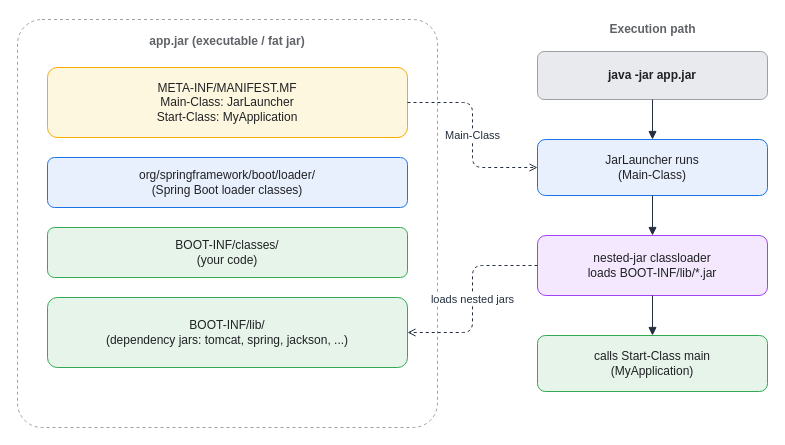
KKamJi98/kkamji98.github.io keeps this draw.io diagram as assets/img/spring/spring-08-fatjar-layout.drawio. Above is the earlier version. Source tidied: cells renumbered, new cells numbered last; positions are measured from the earlier drawing's top-left corner, leaving out a move shared by most shapes. Both pictures are drawn from the tidied source at 100%, with x=0, y=0 at pixel (17, 17).
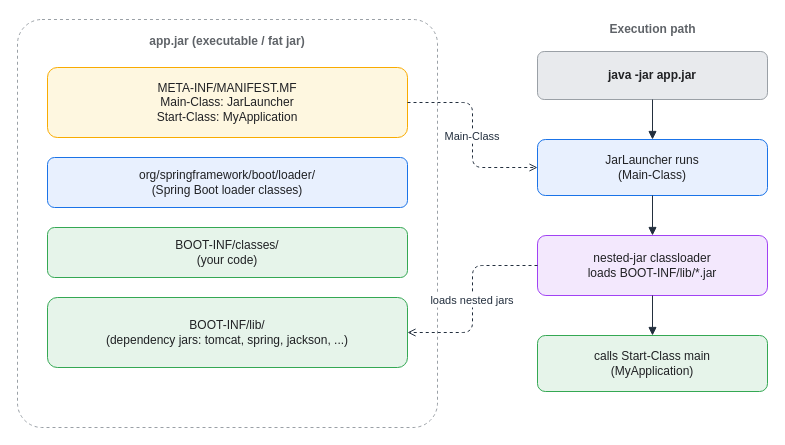
After the change.

What changed in the source:
```diff
@@
 <mxGraphModel background="#FFFFFF">
   <root>
     <mxCell id="0" />
     <mxCell id="1" parent="0" />
     <mxCell id="2" value="app.jar (executable / fat jar)" style="rounded=1;whiteSpace=wrap;html=1;arcSize=6;shadow=0;fillColor=#FFFFFF;strokeColor=#9AA0A6;fontColor=#5F6368;fontStyle=1;verticalAlign=top;align=center;dashed=1;spacingTop=8;" parent="1" vertex="1">
       <mxGeometry y="2" width="420" height="408" as="geometry" />
     </mxCell>
     <mxCell id="3" value="META-INF/MANIFEST.MF&#10;Main-Class: JarLauncher&#10;Start-Class: MyApplication" style="rounded=1;whiteSpace=wrap;html=1;arcSize=14;shadow=0;fillColor=#FEF7E0;strokeColor=#F9AB00;fontColor=#202124;" parent="1" vertex="1">
       <mxGeometry x="30" y="50" width="360" height="70" as="geometry" />
     </mxCell>
     <mxCell id="4" value="org/springframework/boot/loader/&#10;(Spring Boot loader classes)" style="rounded=1;whiteSpace=wrap;html=1;arcSize=14;shadow=0;fillColor=#E8F0FE;strokeColor=#1A73E8;fontColor=#202124;" parent="1" vertex="1">
       <mxGeometry x="30" y="140" width="360" height="50" as="geometry" />
     </mxCell>
     <mxCell id="5" value="BOOT-INF/classes/&#10;(your code)" style="rounded=1;whiteSpace=wrap;html=1;arcSize=14;shadow=0;fillColor=#E6F4EA;strokeColor=#34A853;fontColor=#202124;" parent="1" vertex="1">
       <mxGeometry x="30" y="210" width="360" height="50" as="geometry" />
     </mxCell>
     <mxCell id="6" value="BOOT-INF/lib/&#10;(dependency jars: tomcat, spring, jackson, ...)" style="rounded=1;whiteSpace=wrap;html=1;arcSize=14;shadow=0;fillColor=#E6F4EA;strokeColor=#34A853;fontColor=#202124;" parent="1" vertex="1">
       <mxGeometry x="30" y="280" width="360" height="70" as="geometry" />
     </mxCell>
     <mxCell id="7" value="Execution path" style="text;html=1;align=center;verticalAlign=middle;fontSize=12;fontStyle=1;fontColor=#5F6368;" parent="1" vertex="1">
       <mxGeometry x="520" width="230" height="24" as="geometry" />
     </mxCell>
     <mxCell id="8" value="java -jar app.jar" style="rounded=1;whiteSpace=wrap;html=1;arcSize=14;shadow=0;fillColor=#E8EAED;strokeColor=#9AA0A6;fontColor=#202124;fontStyle=1;" parent="1" vertex="1">
       <mxGeometry x="520" y="34" width="230" height="48" as="geometry" />
     </mxCell>
     <mxCell id="9" value="JarLauncher runs&#10;(Main-Class)" style="rounded=1;whiteSpace=wrap;html=1;arcSize=14;shadow=0;fillColor=#E8F0FE;strokeColor=#1A73E8;fontColor=#202124;" parent="1" vertex="1">
       <mxGeometry x="520" y="122" width="230" height="56" as="geometry" />
     </mxCell>
     <mxCell id="10" value="nested-jar classloader&#10;loads BOOT-INF/lib/*.jar" style="rounded=1;whiteSpace=wrap;html=1;arcSize=14;shadow=0;fillColor=#F3E8FD;strokeColor=#A142F4;fontColor=#202124;" parent="1" vertex="1">
       <mxGeometry x="520" y="218" width="230" height="60" as="geometry" />
     </mxCell>
     <mxCell id="11" value="calls Start-Class main&#10;(MyApplication)" style="rounded=1;whiteSpace=wrap;html=1;arcSize=14;shadow=0;fillColor=#E6F4EA;strokeColor=#34A853;fontColor=#202124;" parent="1" vertex="1">
       <mxGeometry x="520" y="318" width="230" height="56" as="geometry" />
     </mxCell>
     <mxCell id="12" style="edgeStyle=orthogonalEdgeStyle;rounded=1;html=1;strokeColor=#232F3E;fontColor=#232F3E;labelBackgroundColor=none;endArrow=block;exitX=0.5;exitY=1;exitDx=0;exitDy=0;entryX=0.5;entryY=0;entryDx=0;entryDy=0;" parent="1" edge="1" source="8" target="9">
       <mxGeometry relative="1" as="geometry" />
     </mxCell>
     <mxCell id="13" style="edgeStyle=orthogonalEdgeStyle;rounded=1;html=1;strokeColor=#232F3E;fontColor=#232F3E;labelBackgroundColor=none;endArrow=block;exitX=0.5;exitY=1;exitDx=0;exitDy=0;entryX=0.5;entryY=0;entryDx=0;entryDy=0;" parent="1" edge="1" source="9" target="10">
       <mxGeometry relative="1" as="geometry" />
     </mxCell>
     <mxCell id="14" style="edgeStyle=orthogonalEdgeStyle;rounded=1;html=1;strokeColor=#232F3E;fontColor=#232F3E;labelBackgroundColor=none;endArrow=block;exitX=0.5;exitY=1;exitDx=0;exitDy=0;entryX=0.5;entryY=0;entryDx=0;entryDy=0;" parent="1" edge="1" source="10" target="11">
       <mxGeometry relative="1" as="geometry" />
     </mxCell>
-    <mxCell id="15" value="Main-Class" style="edgeStyle=orthogonalEdgeStyle;rounded=1;html=1;dashed=1;fontColor=#232F3E;strokeColor=#232F3E;labelBackgroundColor=#FFFFFF;endArrow=open;endSize=6;exitX=1;exitY=0.5;exitDx=0;exitDy=0;entryX=0;entryY=0.5;entryDx=0;entryDy=0;" parent="1" edge="1" source="3" target="9">
+    <mxCell id="15" value="Main-Class" style="edgeStyle=orthogonalEdgeStyle;rounded=1;html=0;dashed=1;fontColor=#232F3E;strokeColor=#232F3E;labelBackgroundColor=#FFFFFF;endArrow=open;endSize=6;exitX=1;exitY=0.5;exitDx=0;exitDy=0;entryX=0;entryY=0.5;entryDx=0;entryDy=0;" parent="1" edge="1" source="3" target="9">
       <mxGeometry relative="1" as="geometry" />
     </mxCell>
-    <mxCell id="16" value="loads nested jars" style="edgeStyle=orthogonalEdgeStyle;rounded=1;html=1;dashed=1;fontColor=#232F3E;strokeColor=#232F3E;labelBackgroundColor=#FFFFFF;endArrow=open;endSize=6;exitX=0;exitY=0.5;exitDx=0;exitDy=0;entryX=1;entryY=0.5;entryDx=0;entryDy=0;" parent="1" edge="1" source="10" target="6">
+    <mxCell id="16" value="loads nested jars" style="edgeStyle=orthogonalEdgeStyle;rounded=1;html=0;dashed=1;fontColor=#232F3E;strokeColor=#232F3E;labelBackgroundColor=#FFFFFF;endArrow=open;endSize=6;exitX=0;exitY=0.5;exitDx=0;exitDy=0;entryX=1;entryY=0.5;entryDx=0;entryDy=0;" parent="1" edge="1" source="10" target="6">
       <mxGeometry relative="1" as="geometry" />
     </mxCell>
   </root>
 </mxGraphModel>
```
